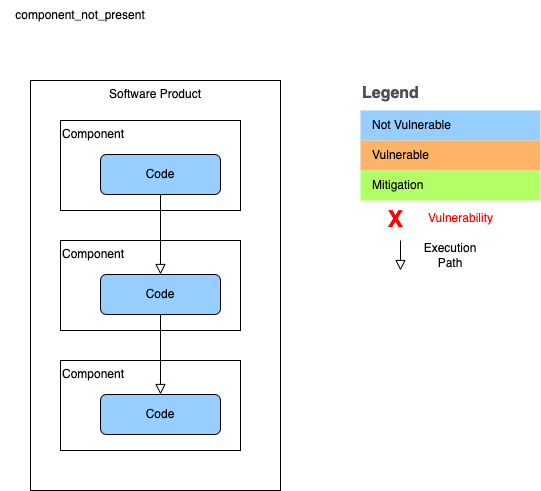
Before: 3.3-component_not_present.b.drawio.png, a diagram exported from draw.io (nishakm/VexStatusJustificationDiagrams). Source tidied: cells renumbered, new cells last; positions are measured from the earlier drawing's top-left corner, leaving out a move shared by most shapes. Its diagram source:
```xml
<mxGraphModel>
  <root>
    <mxCell id="0" />
    <mxCell id="1" parent="0" />
    <mxCell id="2" value="component_not_present" style="text;html=1;strokeColor=none;fillColor=none;align=center;verticalAlign=middle;whiteSpace=wrap;rounded=0;" parent="1" vertex="1">
      <mxGeometry width="160" height="30" as="geometry" />
    </mxCell>
    <mxCell id="3" value="Software Product" style="rounded=0;whiteSpace=wrap;html=1;verticalAlign=top;" parent="1" vertex="1">
      <mxGeometry x="30" y="80" width="250" height="410" as="geometry" />
    </mxCell>
    <mxCell id="4" value="Component" style="rounded=0;whiteSpace=wrap;html=1;verticalAlign=top;align=left;fillColor=none;" parent="1" vertex="1">
      <mxGeometry x="60" y="120" width="180" height="90" as="geometry" />
    </mxCell>
    <mxCell id="5" value="Code" style="rounded=1;whiteSpace=wrap;html=1;fontSize=12;glass=0;strokeWidth=1;shadow=0;fillColor=#96ceff;" parent="1" vertex="1">
      <mxGeometry x="100" y="154" width="120" height="40" as="geometry" />
    </mxCell>
    <mxCell id="6" value="Component" style="rounded=0;whiteSpace=wrap;html=1;verticalAlign=top;align=left;fillColor=none;" parent="1" vertex="1">
      <mxGeometry x="60" y="240" width="180" height="90" as="geometry" />
    </mxCell>
    <mxCell id="7" value="Code" style="rounded=1;whiteSpace=wrap;html=1;fontSize=12;glass=0;strokeWidth=1;shadow=0;fillColor=#96ceff;" parent="1" vertex="1">
      <mxGeometry x="100" y="274" width="120" height="40" as="geometry" />
    </mxCell>
    <mxCell id="8" style="rounded=0;html=1;jettySize=auto;fontSize=11;endArrow=block;endFill=0;endSize=8;strokeWidth=1;shadow=0;labelBackgroundColor=none;edgeStyle=orthogonalEdgeStyle;" parent="1" edge="1" source="5" target="7">
      <mxGeometry relative="1" as="geometry" />
    </mxCell>
    <mxCell id="9" value="Component" style="rounded=0;whiteSpace=wrap;html=1;verticalAlign=top;align=left;fillColor=none;" parent="1" vertex="1">
      <mxGeometry x="60" y="360" width="180" height="90" as="geometry" />
    </mxCell>
    <mxCell id="10" value="Code" style="rounded=1;whiteSpace=wrap;html=1;fontSize=12;glass=0;strokeWidth=1;shadow=0;fillColor=#96ceff;" parent="1" vertex="1">
      <mxGeometry x="100" y="394" width="120" height="40" as="geometry" />
    </mxCell>
    <mxCell id="11" style="rounded=0;html=1;jettySize=auto;fontSize=11;endArrow=block;endFill=0;endSize=8;strokeWidth=1;shadow=0;labelBackgroundColor=none;edgeStyle=orthogonalEdgeStyle;" parent="1" edge="1" source="7" target="10">
      <mxGeometry relative="1" as="geometry" />
    </mxCell>
    <mxCell id="12" value="Legend" style="align=left;fontSize=16;fontStyle=1;strokeColor=none;fillColor=none;fontColor=#4D4D4D;spacingTop=-8;" parent="1" vertex="1">
      <mxGeometry x="360" y="80" width="180" height="30" as="geometry" />
    </mxCell>
    <mxCell id="13" style="shape=table;html=1;whiteSpace=wrap;startSize=0;fillColor=none;align=left;spacingLeft=10;strokeColor=none;rounded=1;arcSize=11;fontColor=#FFFFFF;" parent="1" vertex="1">
      <mxGeometry x="360" y="110" width="180" height="90" as="geometry" />
    </mxCell>
    <mxCell id="14" value="&lt;font color=&quot;#000000&quot;&gt;Not Vulnerable&lt;/font&gt;" style="shape=partialRectangle;html=1;whiteSpace=wrap;fillColor=#96ceff;top=0;left=0;bottom=0;right=0;overflow=hidden;align=left;spacingLeft=10;fontColor=#FFFFFF;" parent="13" vertex="1">
      <mxGeometry width="180" height="30" as="geometry" />
    </mxCell>
    <mxCell id="15" value="&lt;font color=&quot;#000000&quot;&gt;Vulnerable&lt;/font&gt;" style="shape=partialRectangle;html=1;whiteSpace=wrap;fillColor=#FFB366;top=0;left=0;bottom=0;right=0;overflow=hidden;align=left;spacingLeft=10;fontColor=#FFFFFF;" parent="13" vertex="1">
      <mxGeometry y="30" width="180" height="30" as="geometry" />
    </mxCell>
    <mxCell id="16" value="&lt;font color=&quot;#000000&quot;&gt;Mitigation&lt;/font&gt;" style="shape=partialRectangle;html=1;whiteSpace=wrap;fillColor=#B3FF66;top=0;left=0;bottom=0;right=0;overflow=hidden;align=left;spacingLeft=10;fontColor=#FFFFFF;" parent="13" vertex="1">
      <mxGeometry y="60" width="180" height="30" as="geometry" />
    </mxCell>
    <mxCell id="17" style="rounded=0;html=1;jettySize=auto;orthogonalLoop=1;fontSize=11;endArrow=block;endFill=0;endSize=8;strokeWidth=1;shadow=0;labelBackgroundColor=none;edgeStyle=orthogonalEdgeStyle;" parent="1" edge="1">
      <mxGeometry relative="1" as="geometry">
        <mxPoint x="400" y="240" as="sourcePoint" />
        <mxPoint x="400" y="270" as="targetPoint" />
      </mxGeometry>
    </mxCell>
    <mxCell id="18" value="Execution Path" style="text;html=1;strokeColor=none;fillColor=none;align=center;verticalAlign=middle;whiteSpace=wrap;rounded=0;" parent="1" vertex="1">
      <mxGeometry x="420" y="240" width="60" height="30" as="geometry" />
    </mxCell>
    <mxCell id="19" value="&lt;font size=&quot;1&quot; color=&quot;#ff0000&quot;&gt;&lt;b style=&quot;font-size: 23px;&quot;&gt;X&lt;/b&gt;&lt;/font&gt;" style="text;html=1;align=center;verticalAlign=middle;strokeColor=none;fillColor=none;fontSize=16;fontColor=#44AB44;" parent="1" vertex="1">
      <mxGeometry x="380" y="204" width="30" height="30" as="geometry" />
    </mxCell>
    <mxCell id="20" value="&lt;font style=&quot;font-size: 12px;&quot;&gt;Vulnerability&lt;/font&gt;" style="text;html=1;align=center;verticalAlign=middle;strokeColor=none;fillColor=none;fontSize=23;fontColor=#FF0000;" parent="1" vertex="1">
      <mxGeometry x="420" y="194" width="80" height="40" as="geometry" />
    </mxCell>
  </root>
</mxGraphModel>
```
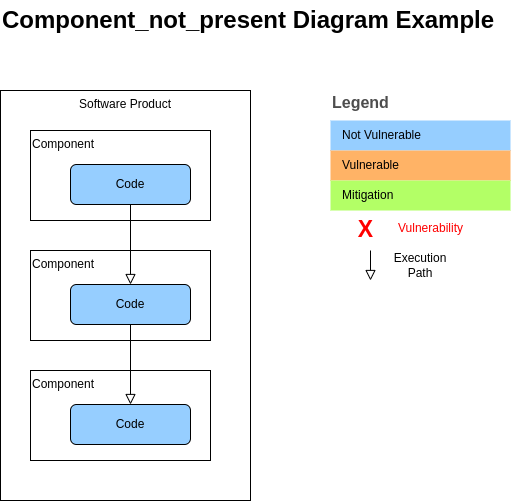
Later version of the same file.

What changed in the source:
```diff
@@ -2,9 +2,6 @@
   <root>
     <mxCell id="0" />
     <mxCell id="1" parent="0" />
-    <mxCell id="2" value="component_not_present" style="text;html=1;strokeColor=none;fillColor=none;align=center;verticalAlign=middle;whiteSpace=wrap;rounded=0;" parent="1" vertex="1">
-      <mxGeometry width="160" height="30" as="geometry" />
-    </mxCell>
     <mxCell id="3" value="Software Product" style="rounded=0;whiteSpace=wrap;html=1;verticalAlign=top;" parent="1" vertex="1">
       <mxGeometry x="30" y="80" width="250" height="410" as="geometry" />
     </mxCell>
@@ -62,5 +59,8 @@
     <mxCell id="20" value="&lt;font style=&quot;font-size: 12px;&quot;&gt;Vulnerability&lt;/font&gt;" style="text;html=1;align=center;verticalAlign=middle;strokeColor=none;fillColor=none;fontSize=23;fontColor=#FF0000;" parent="1" vertex="1">
       <mxGeometry x="420" y="194" width="80" height="40" as="geometry" />
     </mxCell>
+    <mxCell id="21" value="Component_not_present Diagram Example" style="text;strokeColor=none;fillColor=none;html=1;fontSize=24;fontStyle=1;verticalAlign=middle;align=left;" parent="1" vertex="1">
+      <mxGeometry x="30" y="-10" width="500" height="40" as="geometry" />
+    </mxCell>
   </root>
 </mxGraphModel>
```
